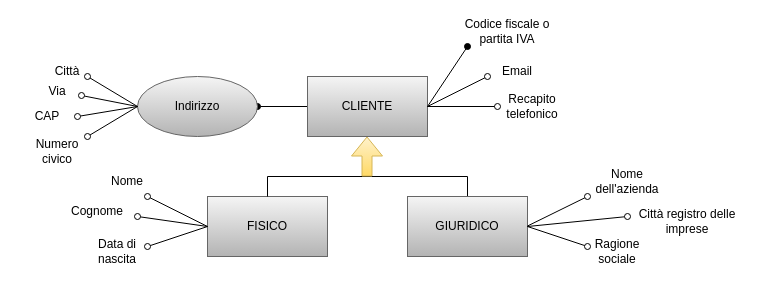
Above: DiagrammaER_Cliente.drawio in AndreaCiv/BasiDiDati (draw.io), before the change. Source tidied: cells renumbered, new cells numbered last; positions are measured from the earlier drawing's top-left corner, leaving out a move shared by most shapes. Both pictures are drawn from the tidied source at 100%, with x=0, y=0 at pixel (17, 26).
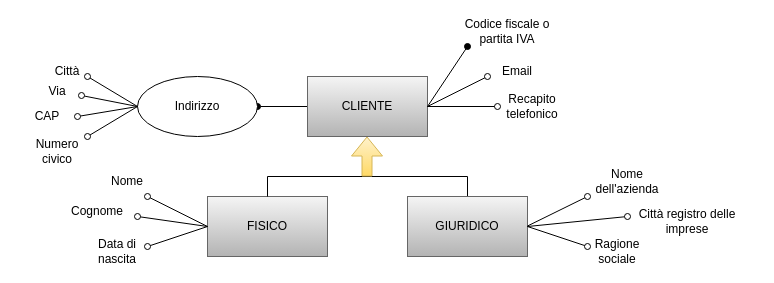
After the change.

Commit message (it also covers changes not shown here):
Diagramma sopra, sotto e completo

What changed in the source:
```diff
@@
-    <mxCell id="22" value="Indirizzo" style="ellipse;whiteSpace=wrap;html=1;rounded=0;strokeColor=#666666;fillColor=#f5f5f5;gradientColor=#b3b3b3;" parent="1" vertex="1">
+    <mxCell id="22" value="Indirizzo" style="ellipse;whiteSpace=wrap;html=1;rounded=0;" parent="1" vertex="1">
       <mxGeometry x="120" y="50" width="120" height="60" as="geometry" />
     </mxCell>
```
